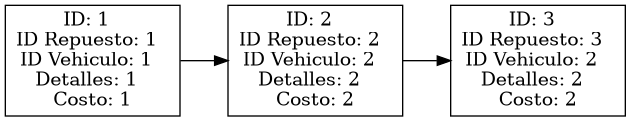
The Graphviz diagram Fase_1/AutoGestPro/Reportes/reporte_servicios.png in 0520Jose/-EDD-1S2025_202300539, before a commit. Its source is kept beside it as Fase_1/AutoGestPro/Reportes/reporte_servicios.dot.
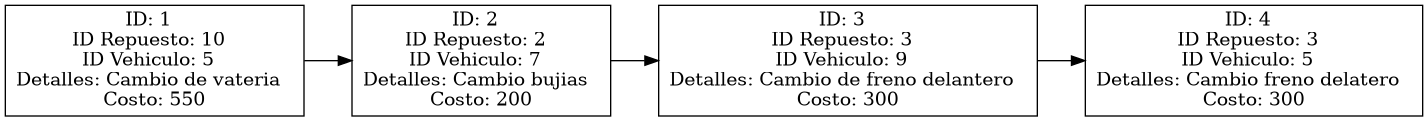
The same file after the commit.

The edit, as a diff of the source:
```diff
@@ -2,20 +2,26 @@
 node [shape=rect];
 rankdir=LR;
 node1[label="ID: 1
-ID Repuesto: 1
-ID Vehiculo: 1
-Detalles: 1
-Costo: 1", shape=rect];
+ID Repuesto: 10
+ID Vehiculo: 5
+Detalles: Cambio de vateria
+Costo: 550", shape=rect];
 node1 -> node2;
 node2[label="ID: 2
 ID Repuesto: 2
-ID Vehiculo: 2
-Detalles: 2
-Costo: 2", shape=rect];
+ID Vehiculo: 7
+Detalles: Cambio bujias
+Costo: 200", shape=rect];
 node2 -> node3;
 node3[label="ID: 3
 ID Repuesto: 3
-ID Vehiculo: 2
-Detalles: 2
-Costo: 2", shape=rect];
+ID Vehiculo: 9
+Detalles: Cambio de freno delantero
+Costo: 300", shape=rect];
+node3 -> node4;
+node4[label="ID: 4
+ID Repuesto: 3
+ID Vehiculo: 5
+Detalles: Cambio freno delatero
+Costo: 300", shape=rect];
 }
```
